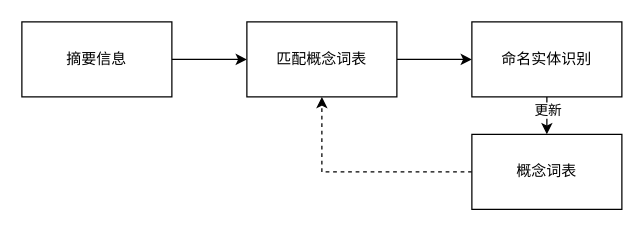
The draw.io diagram tupian/概念挖掘的过程.drawio in JJFatherL/biyesheji, before the edit. Source tidied: cells renumbered, new cells numbered last; positions are measured from the earlier drawing's top-left corner, leaving out a move shared by most shapes. Both pictures are drawn from the tidied source at 125%, with x=0, y=0 at pixel (21, 21).
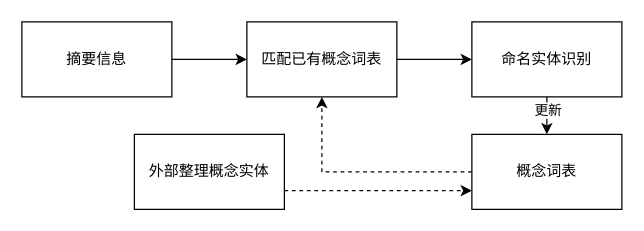
Above is the later version.

Commit message (it also covers changes not shown here):
更新概念挖掘的过程.drawio

What changed in the source:
```diff
@@
 <mxGraphModel>
   <root>
     <mxCell id="0" />
     <mxCell id="1" parent="0" />
     <mxCell id="2" style="edgeStyle=orthogonalEdgeStyle;rounded=0;jettySize=auto;html=1;exitX=1;exitY=0.5;exitDx=0;exitDy=0;" parent="1" edge="1" source="3" target="5">
       <mxGeometry relative="1" as="geometry" />
     </mxCell>
     <mxCell id="3" value="摘要信息" style="rounded=0;whiteSpace=wrap;html=1;" parent="1" vertex="1">
       <mxGeometry width="120" height="60" as="geometry" />
     </mxCell>
     <mxCell id="4" style="edgeStyle=orthogonalEdgeStyle;rounded=0;jettySize=auto;html=1;exitX=1;exitY=0.5;exitDx=0;exitDy=0;entryX=0;entryY=0.5;entryDx=0;entryDy=0;" parent="1" edge="1" source="5" target="8">
       <mxGeometry relative="1" as="geometry" />
     </mxCell>
-    <mxCell id="5" value="匹配概念词表" style="rounded=0;whiteSpace=wrap;html=1;" parent="1" vertex="1">
+    <mxCell id="5" value="匹配已有概念词表" style="rounded=0;whiteSpace=wrap;html=1;" parent="1" vertex="1">
       <mxGeometry x="180" width="120" height="60" as="geometry" />
     </mxCell>
     <mxCell id="6" style="edgeStyle=orthogonalEdgeStyle;rounded=0;jettySize=auto;html=1;exitX=0.5;exitY=1;exitDx=0;exitDy=0;" parent="1" edge="1" source="8" target="10">
       <mxGeometry relative="1" as="geometry" />
     </mxCell>
     <mxCell id="7" value="更新" style="edgeLabel;html=1;align=center;verticalAlign=middle;" parent="6" vertex="1">
       <mxGeometry x="0.4" relative="1" as="geometry">
         <mxPoint y="-5" as="offset" />
       </mxGeometry>
     </mxCell>
     <mxCell id="8" value="命名实体识别" style="rounded=0;whiteSpace=wrap;html=1;" parent="1" vertex="1">
       <mxGeometry x="360" width="120" height="60" as="geometry" />
     </mxCell>
     <mxCell id="9" style="edgeStyle=orthogonalEdgeStyle;rounded=0;jettySize=auto;html=1;exitX=0;exitY=0.5;exitDx=0;exitDy=0;entryX=0.5;entryY=1;entryDx=0;entryDy=0;dashed=1;" parent="1" edge="1" source="10" target="5">
       <mxGeometry relative="1" as="geometry" />
     </mxCell>
     <mxCell id="10" value="概念词表" style="rounded=0;whiteSpace=wrap;html=1;" parent="1" vertex="1">
       <mxGeometry x="360" y="90" width="120" height="60" as="geometry" />
     </mxCell>
+    <mxCell id="11" style="edgeStyle=orthogonalEdgeStyle;rounded=0;jettySize=auto;html=1;exitX=1;exitY=0.75;exitDx=0;exitDy=0;entryX=0;entryY=0.75;entryDx=0;entryDy=0;dashed=1;" parent="1" edge="1" source="12" target="10">
+      <mxGeometry relative="1" as="geometry" />
+    </mxCell>
+    <mxCell id="12" value="外部整理概念实体" style="rounded=0;whiteSpace=wrap;html=1;" parent="1" vertex="1">
+      <mxGeometry x="90" y="90" width="120" height="60" as="geometry" />
+    </mxCell>
   </root>
 </mxGraphModel>
```
